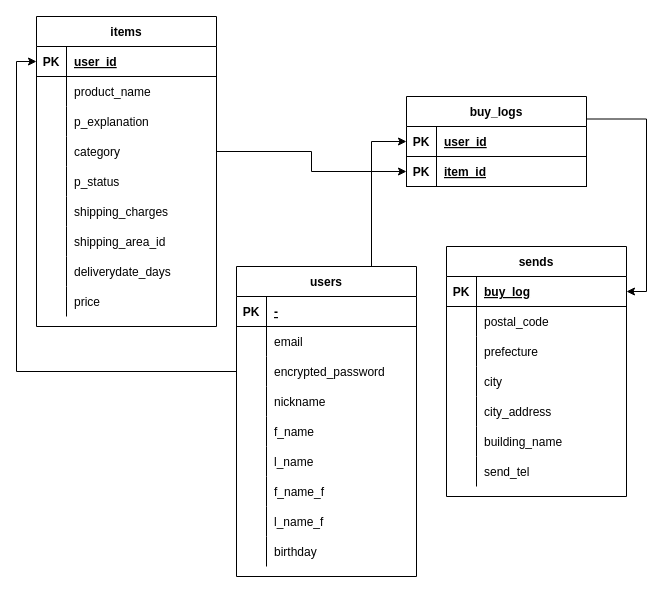
This is er_furima.dio from konishiakira/furima-36908, a draw.io file, before an edit. Source tidied: cells renumbered, new cells numbered last; positions are measured from the earlier drawing's top-left corner, leaving out a move shared by most shapes. Both pictures are drawn from the tidied source at 100%, with x=0, y=0 at pixel (36, 16).
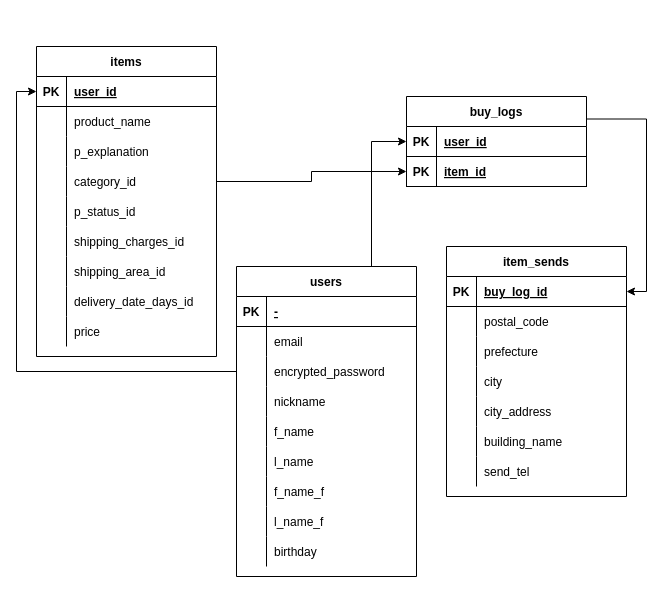
After the change.

Commit message (it also covers changes not shown here):
データベース修正３

Unchanged cells that the change refers to:
```xml
<mxCell id="12" style="shape=partialRectangle;fillColor=none;top=0;left=0;bottom=0;right=0;points=[[0,0.5],[1,0.5]];portConstraint=eastwest;" parent="2" vertex="1">
  <mxGeometry y="120" width="180" height="30" as="geometry" />
</mxCell>
<mxCell id="15" style="shape=partialRectangle;fillColor=none;top=0;left=0;bottom=0;right=0;" parent="2" vertex="1">
  <mxGeometry y="150" width="180" height="30" as="geometry" />
</mxCell>
<mxCell id="18" style="shape=partialRectangle;fillColor=none;top=0;left=0;bottom=0;right=0;" parent="2" vertex="1">
  <mxGeometry y="180" width="180" height="30" as="geometry" />
</mxCell>
<mxCell id="24" style="shape=partialRectangle;fillColor=none;top=0;left=0;bottom=0;right=0;" parent="2" vertex="1">
  <mxGeometry y="240" width="180" height="30" as="geometry" />
</mxCell>
<mxCell id="39" style="shape=partialRectangle;fillColor=none;top=0;left=0;bottom=1;right=0;points=[[0,0.5],[1,0.5]];portConstraint=eastwest;" parent="38" vertex="1">
  <mxGeometry y="30" width="180" height="30" as="geometry" />
</mxCell>
```

Change to the diagram source:
```diff
@@
     <mxCell id="2" value="items" style="shape=table;startSize=30;childLayout=tableLayout;rowLines=0;fontStyle=1;align=center;" parent="1" vertex="1">
-      <mxGeometry width="180" height="310" as="geometry" />
+      <mxGeometry y="30" width="180" height="310" as="geometry" />
     </mxCell>
@@
-    <mxCell id="14" value="category" style="shape=partialRectangle;fillColor=none;top=0;left=0;bottom=0;right=0;align=left;spacingLeft=6;overflow=hidden;" parent="12" vertex="1">
+    <mxCell id="14" value="category_id" style="shape=partialRectangle;fillColor=none;top=0;left=0;bottom=0;right=0;align=left;spacingLeft=6;overflow=hidden;" parent="12" vertex="1">
       <mxGeometry x="30" width="150" height="30" as="geometry" />
     </mxCell>
@@
-    <mxCell id="17" value="p_status" style="shape=partialRectangle;fillColor=none;top=0;left=0;bottom=0;right=0;align=left;spacingLeft=6;overflow=hidden;" parent="15" vertex="1">
+    <mxCell id="17" value="p_status_id" style="shape=partialRectangle;fillColor=none;top=0;left=0;bottom=0;right=0;align=left;spacingLeft=6;overflow=hidden;" parent="15" vertex="1">
       <mxGeometry x="30" width="150" height="30" as="geometry" />
     </mxCell>
@@
-    <mxCell id="20" value="shipping_charges" style="shape=partialRectangle;fillColor=none;top=0;left=0;bottom=0;right=0;align=left;spacingLeft=6;overflow=hidden;" parent="18" vertex="1">
+    <mxCell id="20" value="shipping_charges_id" style="shape=partialRectangle;fillColor=none;top=0;left=0;bottom=0;right=0;align=left;spacingLeft=6;overflow=hidden;" parent="18" vertex="1">
       <mxGeometry x="30" width="150" height="30" as="geometry" />
     </mxCell>
@@
-    <mxCell id="26" value="deliverydate_days" style="shape=partialRectangle;fillColor=none;top=0;left=0;bottom=0;right=0;align=left;spacingLeft=6;overflow=hidden;" parent="24" vertex="1">
+    <mxCell id="26" value="delivery_date_days_id" style="shape=partialRectangle;fillColor=none;top=0;left=0;bottom=0;right=0;align=left;spacingLeft=6;overflow=hidden;" parent="24" vertex="1">
       <mxGeometry x="30" width="150" height="30" as="geometry" />
     </mxCell>
@@
-    <mxCell id="38" value="sends" style="shape=table;startSize=30;childLayout=tableLayout;rowLines=0;fontStyle=1;align=center;" parent="1" vertex="1">
+    <mxCell id="38" value="item_sends" style="shape=table;startSize=30;childLayout=tableLayout;rowLines=0;fontStyle=1;align=center;" parent="1" vertex="1">
       <mxGeometry x="410" y="230" width="180" height="250" as="geometry" />
     </mxCell>
@@
-    <mxCell id="41" value="buy_log" style="shape=partialRectangle;fillColor=none;top=0;left=0;bottom=0;right=0;align=left;spacingLeft=6;fontStyle=5;overflow=hidden;" parent="39" vertex="1">
+    <mxCell id="41" value="buy_log_id" style="shape=partialRectangle;fillColor=none;top=0;left=0;bottom=0;right=0;align=left;spacingLeft=6;fontStyle=5;overflow=hidden;" parent="39" vertex="1">
       <mxGeometry x="30" width="150" height="30" as="geometry" />
     </mxCell>
```
